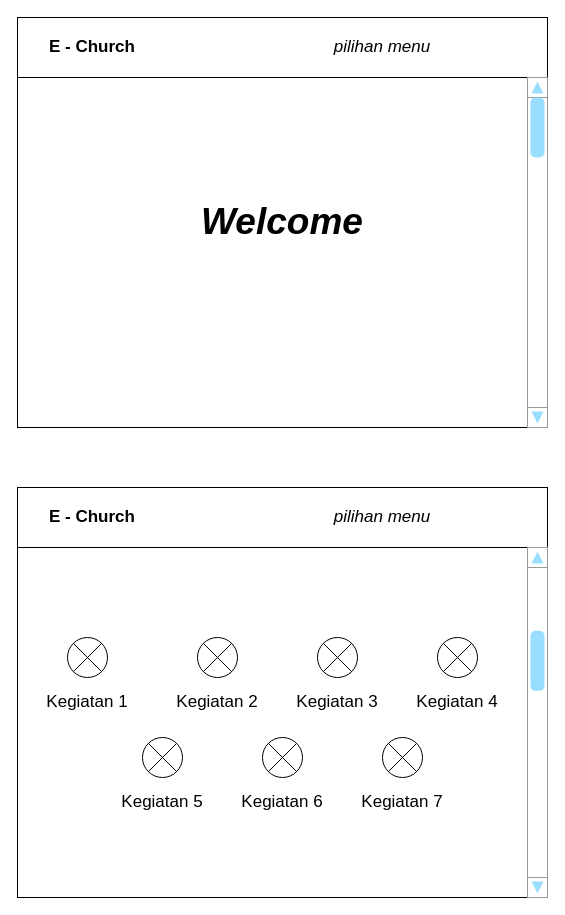
Before: page "Page-1" (1 of 3) of Wireframe.drawio in Raymond-15/requirements, a draw.io diagram. Source tidied: cells renumbered, new cells numbered last; positions are measured from the earlier drawing's top-left corner, leaving out a move shared by most shapes. Both pictures are drawn from the tidied source at 100%, with x=0, y=0 at pixel (17, 17).
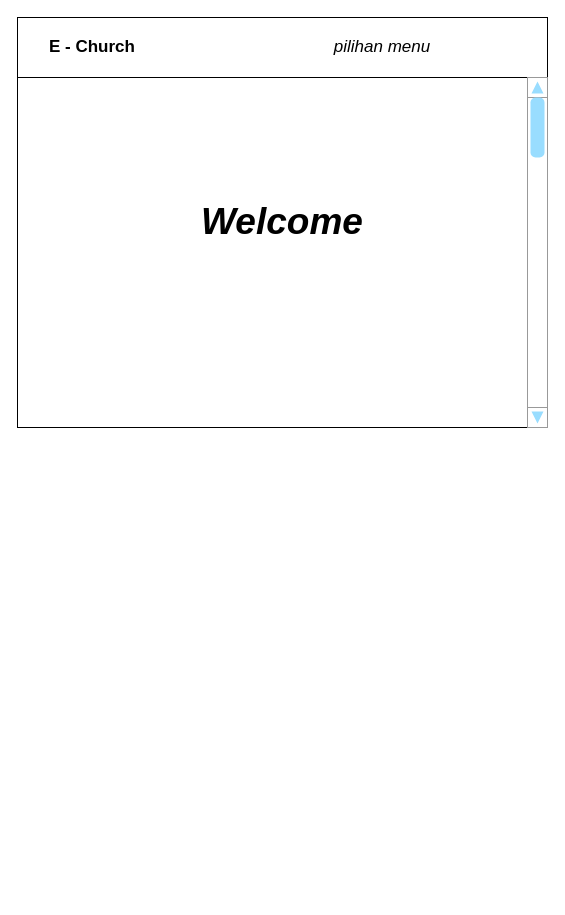
Above is the later version.

What changed in the source:
```diff
@@
-    <mxCell id="4" style="rounded=0;whiteSpace=wrap;html=1;" parent="1" vertex="1">
-      <mxGeometry y="470" width="530" height="410" as="geometry" />
-    </mxCell>
@@
-    <mxCell id="10" style="group;" parent="1" vertex="1">
-      <mxGeometry y="470" width="530" height="60" as="geometry" />
-    </mxCell>
-    <mxCell id="11" style="group;" parent="10" vertex="1">
-      <mxGeometry width="530" height="60" as="geometry" />
-    </mxCell>
-    <mxCell id="12" style="rounded=0;whiteSpace=wrap;html=1;" parent="11" vertex="1">
-      <mxGeometry width="530" height="60" as="geometry" />
-    </mxCell>
-    <mxCell id="13" value="E - Church" style="text;html=1;strokeColor=none;fillColor=none;align=center;verticalAlign=middle;whiteSpace=wrap;rounded=0;fontSize=17;fontStyle=1;" parent="11" vertex="1">
-      <mxGeometry x="30" width="90" height="60" as="geometry" />
-    </mxCell>
-    <mxCell id="14" value="pilihan menu" style="text;html=1;strokeColor=none;fillColor=none;align=center;verticalAlign=middle;whiteSpace=wrap;rounded=0;fontSize=17;fontStyle=2;" parent="11" vertex="1">
-      <mxGeometry x="290" y="15" width="150" height="30" as="geometry" />
-    </mxCell>
@@
-    <mxCell id="16" style="verticalLabelPosition=bottom;shadow=0;dashed=0;align=center;html=1;verticalAlign=top;strokeWidth=1;shape=mxgraph.mockup.navigation.scrollBar;strokeColor=#999999;barPos=74.66;fillColor2=#99ddff;strokeColor2=none;direction=north;sketch=0;fontSize=37;" parent="1" vertex="1">
-      <mxGeometry x="510" y="530" width="20" height="350" as="geometry" />
-    </mxCell>
-    <mxCell id="17" style="shape=sumEllipse;perimeter=ellipsePerimeter;whiteSpace=wrap;html=1;backgroundOutline=1;sketch=0;fontSize=37;" parent="1" vertex="1">
-      <mxGeometry x="50" y="620" width="40" height="40" as="geometry" />
-    </mxCell>
-    <mxCell id="18" style="shape=sumEllipse;perimeter=ellipsePerimeter;whiteSpace=wrap;html=1;backgroundOutline=1;sketch=0;fontSize=37;" parent="1" vertex="1">
-      <mxGeometry x="180" y="620" width="40" height="40" as="geometry" />
-    </mxCell>
-    <mxCell id="19" style="shape=sumEllipse;perimeter=ellipsePerimeter;whiteSpace=wrap;html=1;backgroundOutline=1;sketch=0;fontSize=37;" parent="1" vertex="1">
-      <mxGeometry x="300" y="620" width="40" height="40" as="geometry" />
-    </mxCell>
-    <mxCell id="20" style="shape=sumEllipse;perimeter=ellipsePerimeter;whiteSpace=wrap;html=1;backgroundOutline=1;sketch=0;fontSize=37;" parent="1" vertex="1">
-      <mxGeometry x="420" y="620" width="40" height="40" as="geometry" />
-    </mxCell>
-    <mxCell id="21" style="shape=sumEllipse;perimeter=ellipsePerimeter;whiteSpace=wrap;html=1;backgroundOutline=1;sketch=0;fontSize=37;" parent="1" vertex="1">
-      <mxGeometry x="125" y="720" width="40" height="40" as="geometry" />
-    </mxCell>
-    <mxCell id="22" style="shape=sumEllipse;perimeter=ellipsePerimeter;whiteSpace=wrap;html=1;backgroundOutline=1;sketch=0;fontSize=37;" parent="1" vertex="1">
-      <mxGeometry x="245" y="720" width="40" height="40" as="geometry" />
-    </mxCell>
-    <mxCell id="23" style="shape=sumEllipse;perimeter=ellipsePerimeter;whiteSpace=wrap;html=1;backgroundOutline=1;sketch=0;fontSize=37;" parent="1" vertex="1">
-      <mxGeometry x="365" y="720" width="40" height="40" as="geometry" />
-    </mxCell>
-    <mxCell id="24" value="Kegiatan 5" style="text;html=1;strokeColor=none;fillColor=none;align=center;verticalAlign=middle;whiteSpace=wrap;rounded=0;sketch=0;fontSize=17;" parent="1" vertex="1">
-      <mxGeometry x="100" y="770" width="90" height="30" as="geometry" />
-    </mxCell>
-    <mxCell id="25" value="Kegiatan 6" style="text;html=1;strokeColor=none;fillColor=none;align=center;verticalAlign=middle;whiteSpace=wrap;rounded=0;sketch=0;fontSize=17;" parent="1" vertex="1">
-      <mxGeometry x="220" y="770" width="90" height="30" as="geometry" />
-    </mxCell>
-    <mxCell id="26" value="Kegiatan 7" style="text;html=1;strokeColor=none;fillColor=none;align=center;verticalAlign=middle;whiteSpace=wrap;rounded=0;sketch=0;fontSize=17;" parent="1" vertex="1">
-      <mxGeometry x="340" y="770" width="90" height="30" as="geometry" />
-    </mxCell>
-    <mxCell id="27" value="Kegiatan 1" style="text;html=1;strokeColor=none;fillColor=none;align=center;verticalAlign=middle;whiteSpace=wrap;rounded=0;sketch=0;fontSize=17;" parent="1" vertex="1">
-      <mxGeometry x="25" y="670" width="90" height="30" as="geometry" />
-    </mxCell>
-    <mxCell id="28" value="Kegiatan 2" style="text;html=1;strokeColor=none;fillColor=none;align=center;verticalAlign=middle;whiteSpace=wrap;rounded=0;sketch=0;fontSize=17;" parent="1" vertex="1">
-      <mxGeometry x="155" y="670" width="90" height="30" as="geometry" />
-    </mxCell>
-    <mxCell id="29" value="Kegiatan 3" style="text;html=1;strokeColor=none;fillColor=none;align=center;verticalAlign=middle;whiteSpace=wrap;rounded=0;sketch=0;fontSize=17;" parent="1" vertex="1">
-      <mxGeometry x="275" y="670" width="90" height="30" as="geometry" />
-    </mxCell>
-    <mxCell id="30" value="Kegiatan 4" style="text;html=1;strokeColor=none;fillColor=none;align=center;verticalAlign=middle;whiteSpace=wrap;rounded=0;sketch=0;fontSize=17;" parent="1" vertex="1">
-      <mxGeometry x="395" y="670" width="90" height="30" as="geometry" />
-    </mxCell>
```
